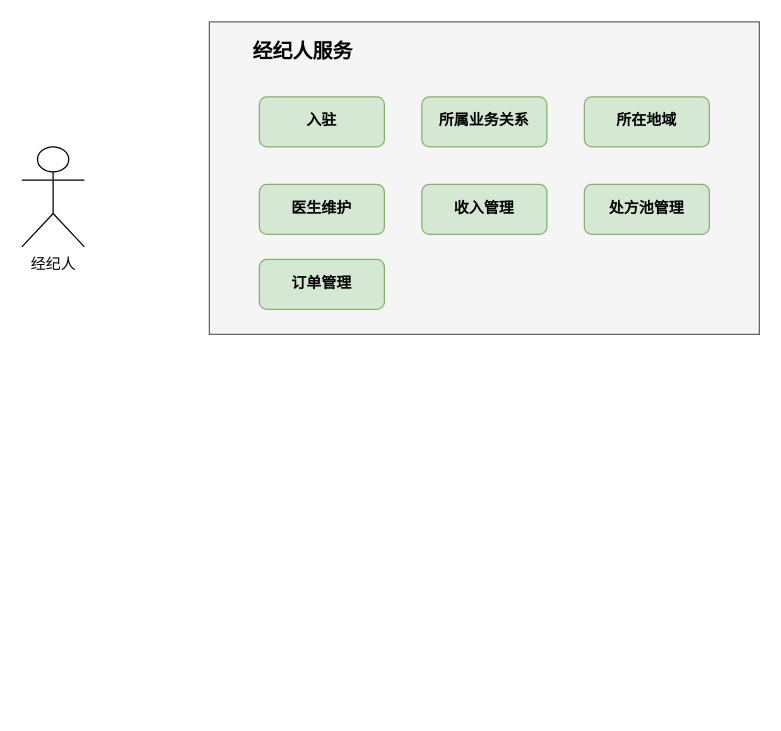
Above: jbh/业务结构说明图.drawio in GitHeP/diagrams (draw.io), before the change. Source tidied: cells renumbered, new cells numbered last; positions are measured from the earlier drawing's top-left corner, leaving out a move shared by most shapes. Both pictures are drawn from the tidied source at 125%, with x=0, y=0 at pixel (21, 21).
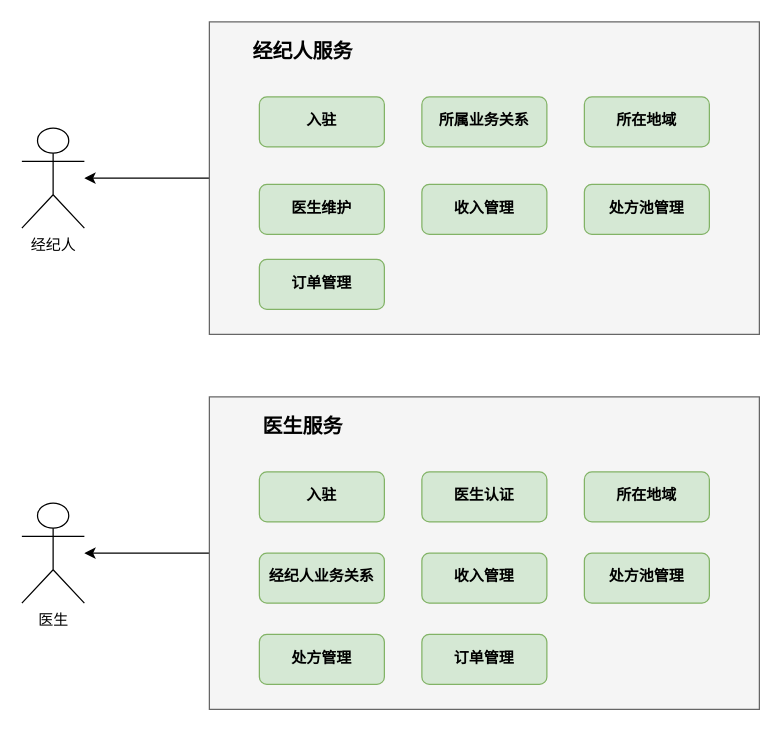
Above is the later version.

Commit message (it also covers changes not shown here):
更新业务结构说明图.drawio

Unchanged cells that the change refers to:
```xml
<mxCell id="2" style="rounded=0;whiteSpace=wrap;html=1;fillColor=#f5f5f5;fontColor=#333333;strokeColor=#666666;" parent="1" vertex="1">
  <mxGeometry x="150" width="440" height="250" as="geometry" />
</mxCell>
```

Change to the diagram source:
```diff
@@
+    <mxCell id="12" style="edgeStyle=orthogonalEdgeStyle;rounded=0;jettySize=auto;html=1;fontFamily=Courier New;fontSize=16;" parent="1" edge="1" source="2" target="3">
+      <mxGeometry relative="1" as="geometry" />
+    </mxCell>
@@
     <mxCell id="3" value="经纪人" style="shape=umlActor;verticalLabelPosition=bottom;verticalAlign=top;html=1;outlineConnect=0;" parent="1" vertex="1">
-      <mxGeometry y="100" width="50" height="80" as="geometry" />
+      <mxGeometry y="85" width="50" height="80" as="geometry" />
     </mxCell>
@@
+    <mxCell id="13" style="edgeStyle=orthogonalEdgeStyle;rounded=0;jettySize=auto;html=1;fontFamily=Courier New;fontSize=16;" parent="1" edge="1" source="14" target="15">
+      <mxGeometry relative="1" as="geometry" />
+    </mxCell>
+    <mxCell id="14" style="rounded=0;whiteSpace=wrap;html=1;fillColor=#f5f5f5;fontColor=#333333;strokeColor=#666666;" parent="1" vertex="1">
+      <mxGeometry x="150" y="300" width="440" height="250" as="geometry" />
+    </mxCell>
+    <mxCell id="15" value="医生" style="shape=umlActor;verticalLabelPosition=bottom;verticalAlign=top;html=1;outlineConnect=0;" parent="1" vertex="1">
+      <mxGeometry y="385" width="50" height="80" as="geometry" />
+    </mxCell>
+    <mxCell id="16" value="&lt;b&gt;入驻&lt;/b&gt;" style="rounded=1;whiteSpace=wrap;html=1;fillColor=#d5e8d4;strokeColor=#82b366;fontFamily=Courier New;" parent="1" vertex="1">
+      <mxGeometry x="190" y="360" width="100" height="40" as="geometry" />
+    </mxCell>
+    <mxCell id="17" value="&lt;b&gt;医生认证&lt;/b&gt;" style="rounded=1;whiteSpace=wrap;html=1;fillColor=#d5e8d4;strokeColor=#82b366;fontFamily=Courier New;" parent="1" vertex="1">
+      <mxGeometry x="320" y="360" width="100" height="40" as="geometry" />
+    </mxCell>
+    <mxCell id="18" value="&lt;b&gt;所在地域&lt;/b&gt;" style="rounded=1;whiteSpace=wrap;html=1;fillColor=#d5e8d4;strokeColor=#82b366;fontFamily=Courier New;" parent="1" vertex="1">
+      <mxGeometry x="450" y="360" width="100" height="40" as="geometry" />
+    </mxCell>
+    <mxCell id="19" value="&lt;b&gt;经纪人业务关系&lt;/b&gt;" style="rounded=1;whiteSpace=wrap;html=1;fillColor=#d5e8d4;strokeColor=#82b366;fontFamily=Courier New;" parent="1" vertex="1">
+      <mxGeometry x="190" y="425" width="100" height="40" as="geometry" />
+    </mxCell>
+    <mxCell id="20" value="&lt;b&gt;处方池管理&lt;/b&gt;" style="rounded=1;whiteSpace=wrap;html=1;fillColor=#d5e8d4;strokeColor=#82b366;fontFamily=Courier New;" parent="1" vertex="1">
+      <mxGeometry x="450" y="425" width="100" height="40" as="geometry" />
+    </mxCell>
+    <mxCell id="21" value="&lt;b&gt;收入管理&lt;/b&gt;" style="rounded=1;whiteSpace=wrap;html=1;fillColor=#d5e8d4;strokeColor=#82b366;fontFamily=Courier New;" parent="1" vertex="1">
+      <mxGeometry x="320" y="425" width="100" height="40" as="geometry" />
+    </mxCell>
+    <mxCell id="22" value="&lt;b&gt;订单管理&lt;/b&gt;" style="rounded=1;whiteSpace=wrap;html=1;fillColor=#d5e8d4;strokeColor=#82b366;fontFamily=Courier New;" parent="1" vertex="1">
+      <mxGeometry x="320" y="490" width="100" height="40" as="geometry" />
+    </mxCell>
+    <mxCell id="23" value="医生服务" style="text;html=1;strokeColor=none;fillColor=none;align=center;verticalAlign=middle;whiteSpace=wrap;rounded=0;fontFamily=Courier New;fontStyle=1;fontSize=16;" parent="1" vertex="1">
+      <mxGeometry x="170" y="310" width="110" height="30" as="geometry" />
+    </mxCell>
+    <mxCell id="24" value="&lt;b&gt;处方管理&lt;/b&gt;" style="rounded=1;whiteSpace=wrap;html=1;fillColor=#d5e8d4;strokeColor=#82b366;fontFamily=Courier New;" parent="1" vertex="1">
+      <mxGeometry x="190" y="490" width="100" height="40" as="geometry" />
+    </mxCell>
```
